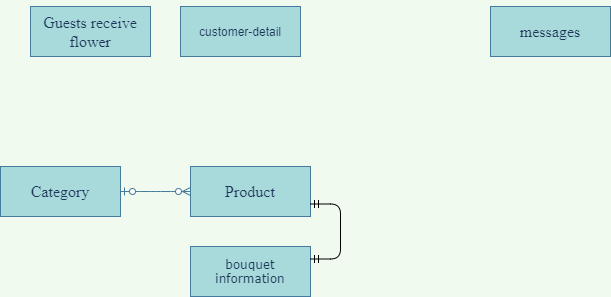
Above: Untitled Diagram.png in maialino123/Eproject-SEM3 (draw.io), before the change. Source tidied: cells renumbered, new cells last; positions are measured from the earlier drawing's top-left corner, leaving out a move shared by most shapes.
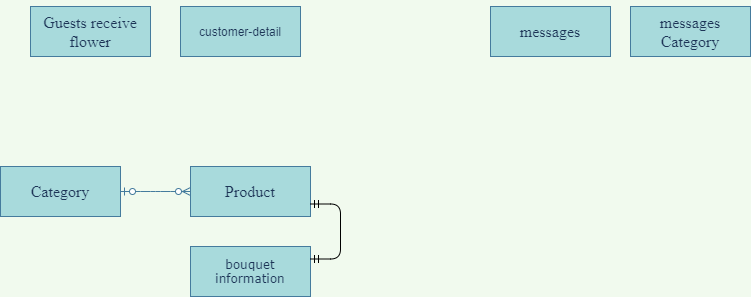
Later version of the same file.

Change to the diagram source:
```diff
@@ -26,5 +26,8 @@
     <mxCell id="9" style="edgeStyle=entityRelationEdgeStyle;fontSize=12;html=1;endArrow=ERmandOne;startArrow=ERmandOne;fontColor=#1D3557;fillColor=#A8DADC;rounded=1;entryX=1;entryY=0.75;entryDx=0;entryDy=0;exitX=1;exitY=0.25;exitDx=0;exitDy=0;" parent="1" edge="1" source="3" target="7">
       <mxGeometry relative="1" as="geometry" />
     </mxCell>
+    <mxCell id="10" value="&lt;p class=&quot;MsoNormal&quot;&gt;&lt;span style=&quot;font-size: 12.0pt ; font-family: &amp;#34;times new roman&amp;#34; , serif&quot;&gt;messages Category&lt;/span&gt;&lt;span style=&quot;font-family: &amp;#34;verdana&amp;#34; , sans-serif&quot;&gt;&lt;br&gt;&lt;/span&gt;&lt;/p&gt;" style="whiteSpace=wrap;html=1;align=center;rounded=0;sketch=0;fontColor=#1D3557;strokeColor=#457B9D;fillColor=#A8DADC;" parent="1" vertex="1">
+      <mxGeometry x="630" width="120" height="50" as="geometry" />
+    </mxCell>
   </root>
 </mxGraphModel>
```
